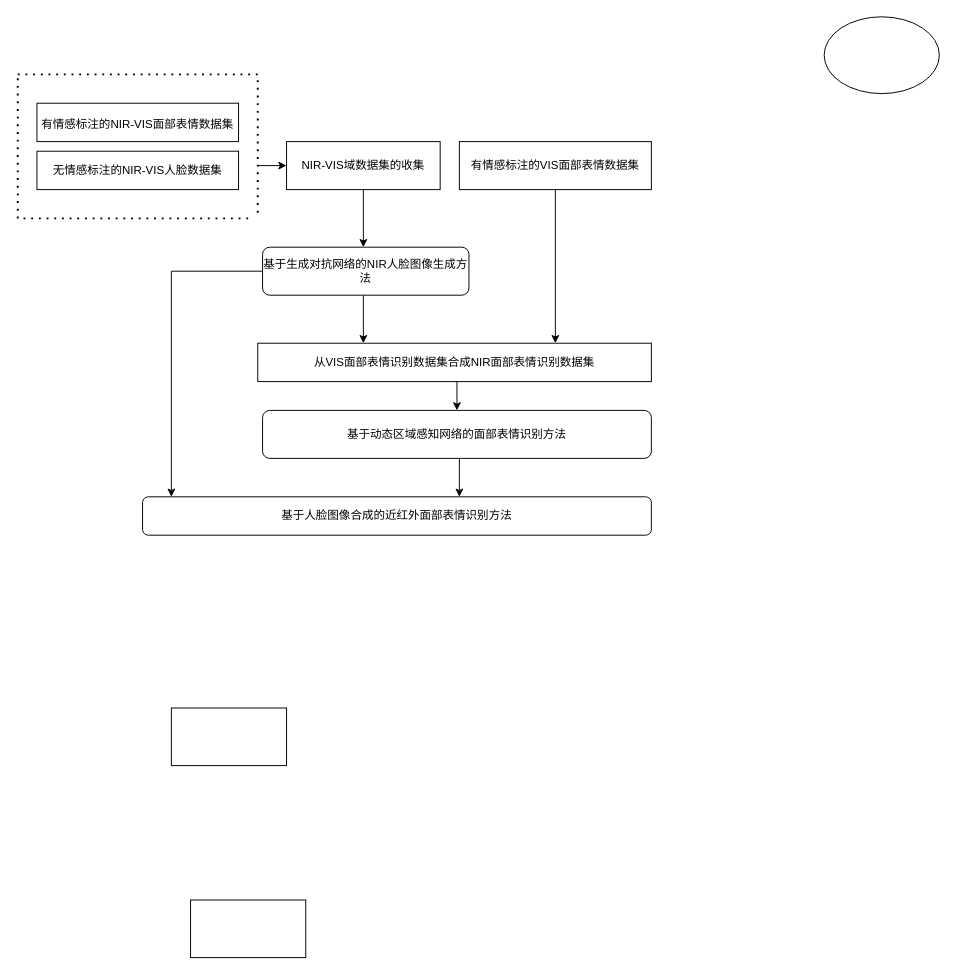
Earlier version of the draw.io diagram 未命名绘图.drawio (Silvia-man/test-). Source tidied: cells renumbered, new cells numbered last; positions are measured from the earlier drawing's top-left corner, leaving out a move shared by most shapes. Both pictures are drawn from the tidied source at 96%, with x=0, y=0 at pixel (17, 16).
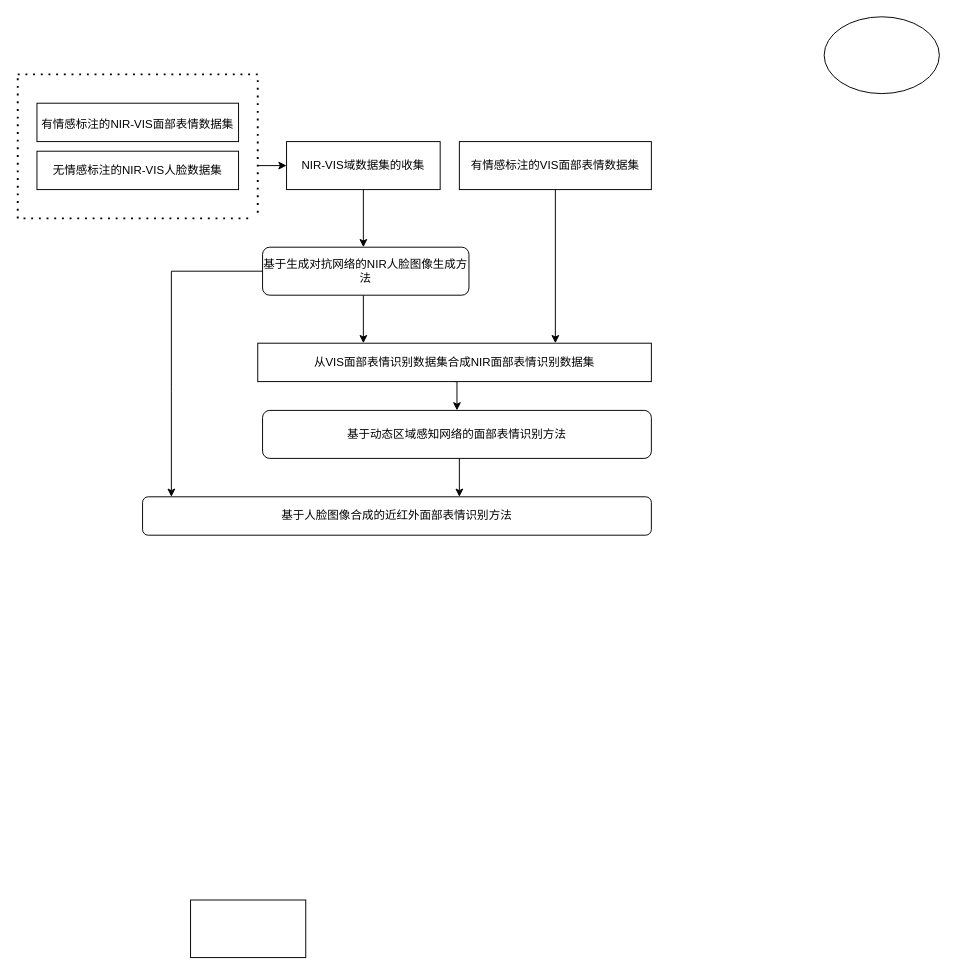
The same diagram, later.

Commit message:
更新未命名绘图.drawio

Change to the diagram source:
```diff
@@
-    <mxCell id="20" style="rounded=0;whiteSpace=wrap;html=1;" parent="1" vertex="1">
-      <mxGeometry x="160" y="720" width="120" height="60" as="geometry" />
-    </mxCell>
```
